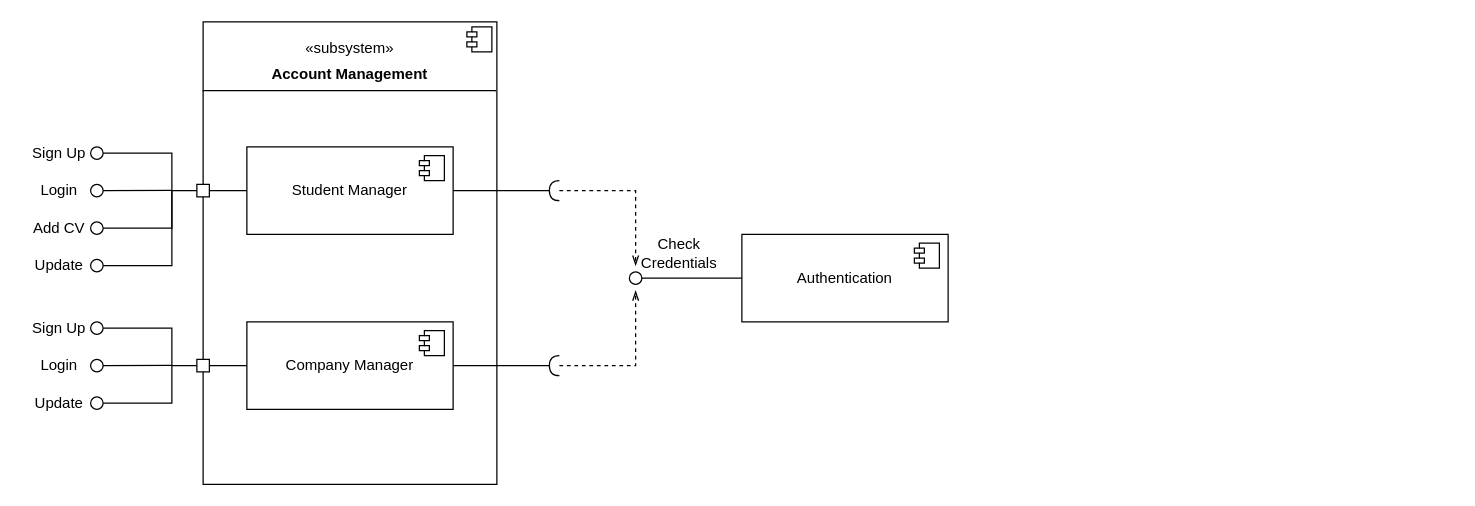
Before: DD/Misc/Component3.drawio in Zero3474/AlkhetiarBonardi, a draw.io diagram. Source tidied: cells renumbered, new cells numbered last; positions are measured from the earlier drawing's top-left corner, leaving out a move shared by most shapes. Both pictures are drawn from the tidied source at 125%, with x=0, y=0 at pixel (21, 21).
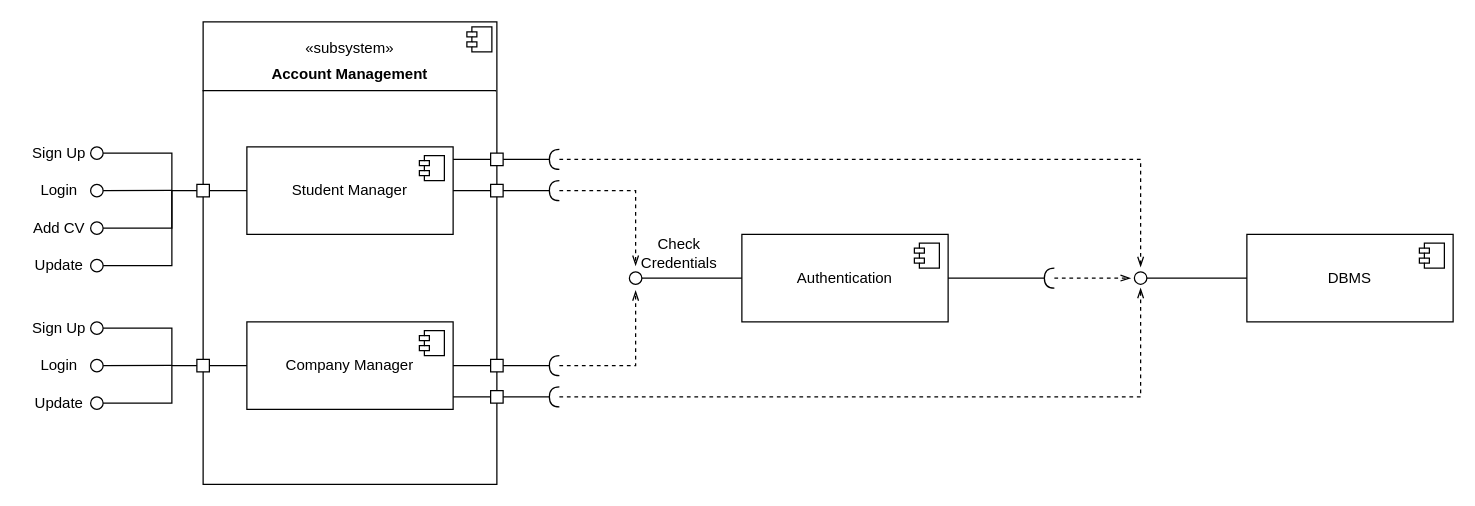
After the change.

Commit message (it also covers changes not shown here):
Component view

What changed in the source:
```diff
@@
-    <mxCell id="33" style="ellipse;whiteSpace=wrap;html=1;align=center;fillColor=none;strokeColor=none;perimeter=centerPerimeter;" parent="1" vertex="1">
-      <mxGeometry x="335" y="240" width="10" height="10" as="geometry" />
-    </mxCell>
@@
+    <mxCell id="35" style="whiteSpace=wrap;html=1;rounded=0;" parent="1" vertex="1">
+      <mxGeometry x="375" y="130" width="10" height="10" as="geometry" />
+    </mxCell>
+    <mxCell id="36" style="whiteSpace=wrap;html=1;rounded=0;" parent="1" vertex="1">
+      <mxGeometry x="375" y="270" width="10" height="10" as="geometry" />
+    </mxCell>
+    <mxCell id="37" value="&lt;div&gt;DBMS&lt;/div&gt;" style="html=1;whiteSpace=wrap;" parent="1" vertex="1">
+      <mxGeometry x="980" y="170" width="165" height="70" as="geometry" />
+    </mxCell>
+    <mxCell id="38" style="shape=module;jettyWidth=8;jettyHeight=4;" parent="37" vertex="1">
+      <mxGeometry x="1" width="20" height="20" relative="1" as="geometry">
+        <mxPoint x="-27" y="7" as="offset" />
+      </mxGeometry>
+    </mxCell>
+    <mxCell id="39" style="rounded=0;orthogonalLoop=1;jettySize=auto;html=1;endArrow=oval;endFill=0;sourcePerimeterSpacing=0;targetPerimeterSpacing=0;endSize=10;exitX=0;exitY=0.5;exitDx=0;exitDy=0;" parent="1" edge="1">
+      <mxGeometry relative="1" as="geometry">
+        <mxPoint x="980" y="204.9" as="sourcePoint" />
+        <mxPoint x="895" y="204.9" as="targetPoint" />
+      </mxGeometry>
+    </mxCell>
+    <mxCell id="40" style="endArrow=openThin;html=1;rounded=0;dashed=1;endFill=0;" parent="1" edge="1">
+      <mxGeometry relative="1" as="geometry">
+        <mxPoint x="430" y="110" as="sourcePoint" />
+        <mxPoint x="895" y="196" as="targetPoint" />
+        <Array as="points">
+          <mxPoint x="895" y="110" />
+        </Array>
+      </mxGeometry>
+    </mxCell>
+    <mxCell id="41" style="rounded=0;orthogonalLoop=1;jettySize=auto;html=1;endArrow=halfCircle;endFill=0;endSize=6;strokeWidth=1;sketch=0;fontSize=12;curved=1;exitX=1;exitY=0.5;exitDx=0;exitDy=0;" parent="1" edge="1">
+      <mxGeometry relative="1" as="geometry">
+        <mxPoint x="345" y="110" as="sourcePoint" />
+        <mxPoint x="430" y="110" as="targetPoint" />
+      </mxGeometry>
+    </mxCell>
+    <mxCell id="42" style="whiteSpace=wrap;html=1;rounded=0;" parent="1" vertex="1">
+      <mxGeometry x="375" y="105" width="10" height="10" as="geometry" />
+    </mxCell>
+    <mxCell id="43" style="endArrow=openThin;html=1;rounded=0;dashed=1;endFill=0;" parent="1" edge="1">
+      <mxGeometry relative="1" as="geometry">
+        <mxPoint x="430" y="300" as="sourcePoint" />
+        <mxPoint x="895" y="213" as="targetPoint" />
+        <Array as="points">
+          <mxPoint x="895" y="300" />
+        </Array>
+      </mxGeometry>
+    </mxCell>
+    <mxCell id="44" style="rounded=0;orthogonalLoop=1;jettySize=auto;html=1;endArrow=halfCircle;endFill=0;endSize=6;strokeWidth=1;sketch=0;fontSize=12;curved=1;exitX=1;exitY=0.5;exitDx=0;exitDy=0;" parent="1" edge="1">
+      <mxGeometry relative="1" as="geometry">
+        <mxPoint x="345" y="300" as="sourcePoint" />
+        <mxPoint x="430" y="300" as="targetPoint" />
+      </mxGeometry>
+    </mxCell>
+    <mxCell id="45" style="whiteSpace=wrap;html=1;rounded=0;" parent="1" vertex="1">
+      <mxGeometry x="375" y="295" width="10" height="10" as="geometry" />
+    </mxCell>
+    <mxCell id="46" style="rounded=0;orthogonalLoop=1;jettySize=auto;html=1;endArrow=halfCircle;endFill=0;endSize=6;strokeWidth=1;sketch=0;fontSize=12;curved=1;exitX=1;exitY=0.5;exitDx=0;exitDy=0;" parent="1" edge="1">
+      <mxGeometry relative="1" as="geometry">
+        <mxPoint x="741" y="205" as="sourcePoint" />
+        <mxPoint x="826" y="205" as="targetPoint" />
+      </mxGeometry>
+    </mxCell>
+    <mxCell id="47" style="endArrow=openThin;html=1;rounded=0;dashed=1;endFill=0;" parent="1" edge="1">
+      <mxGeometry relative="1" as="geometry">
+        <mxPoint x="826" y="204.9" as="sourcePoint" />
+        <mxPoint x="887" y="205" as="targetPoint" />
+      </mxGeometry>
+    </mxCell>
```
